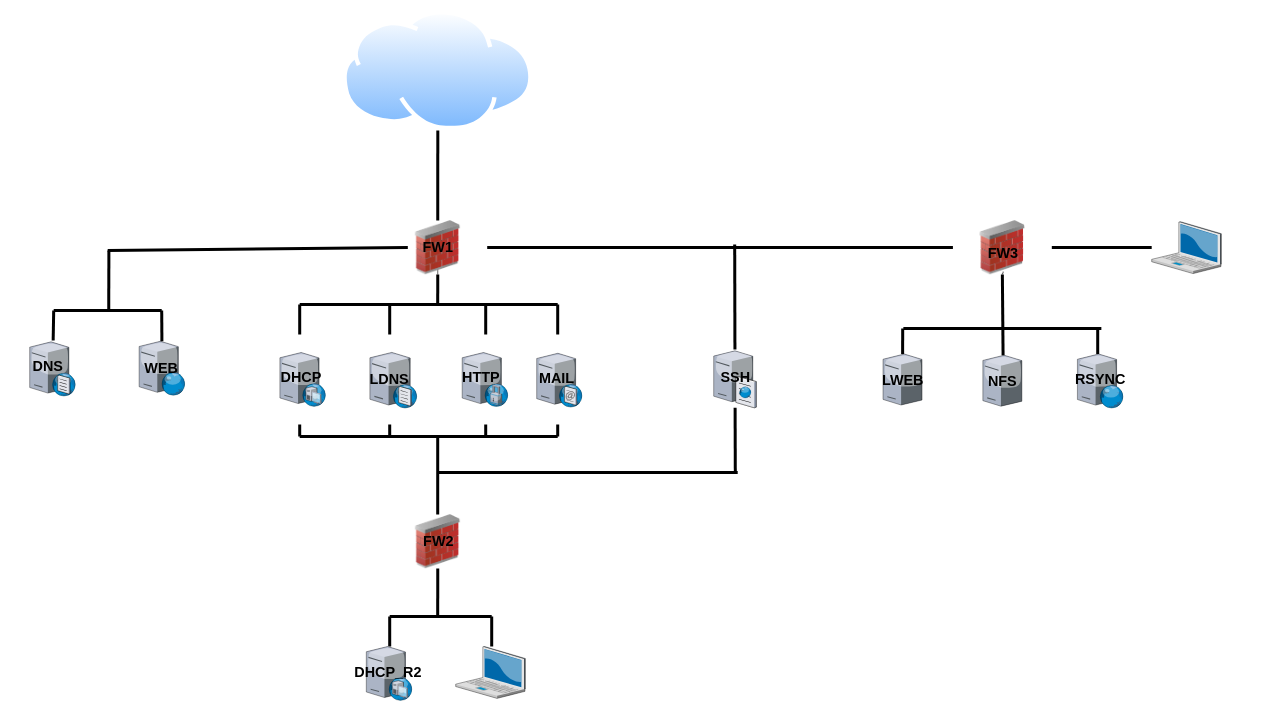
Earlier version of the draw.io diagram project1part1.drawio (SkYF4Il/INFO0045). Source tidied: cells renumbered, new cells numbered last; positions are measured from the earlier drawing's top-left corner, leaving out a move shared by most shapes. Both pictures are drawn from the tidied source at 60%, with x=0, y=0 at pixel (23, 10).
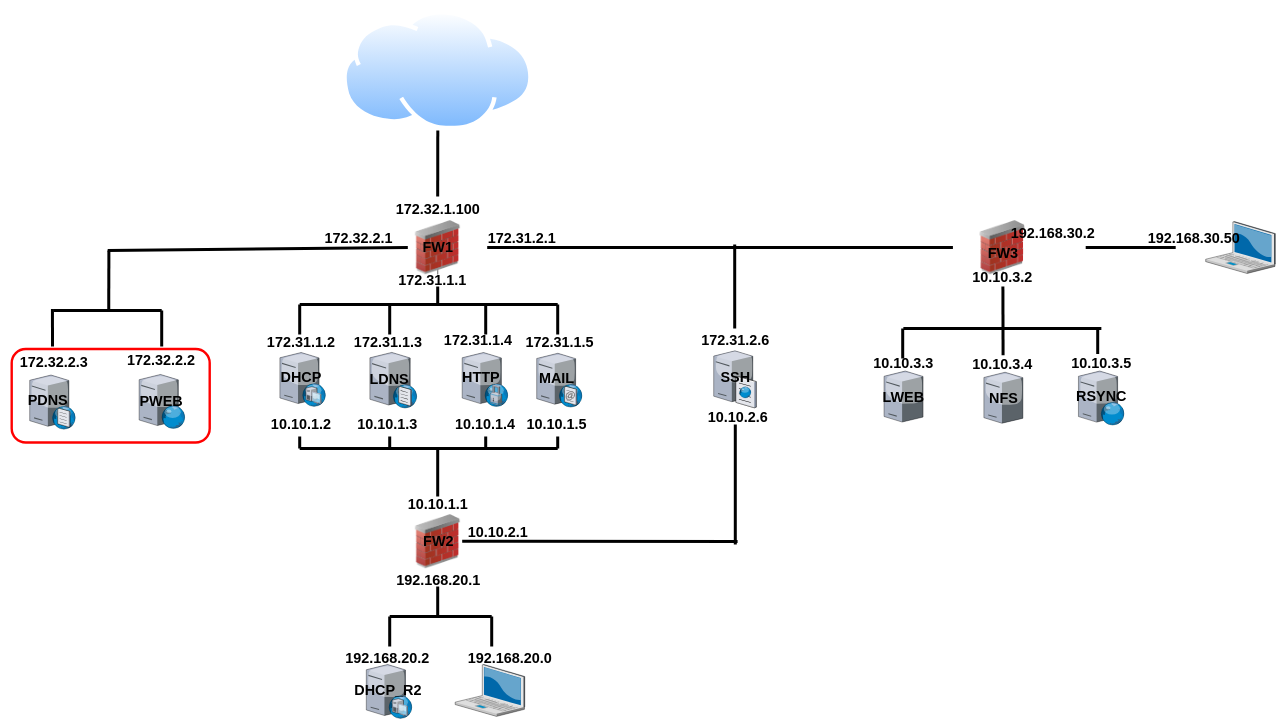
The same diagram, later.

The change refers to these unchanged cells:
```xml
<mxCell id="4" style="image;html=1;image=img/lib/clip_art/networking/Firewall_02_128x128.png;" parent="1" vertex="1">
  <mxGeometry x="607.7" y="350" width="164.8" height="90" as="geometry" />
</mxCell>
<mxCell id="5" style="perimeter=ellipsePerimeter;html=1;align=center;shadow=0;dashed=0;spacingTop=3;image;image=img/lib/active_directory/internet_cloud.svg;" parent="1" vertex="1">
  <mxGeometry x="531.4" width="317.5" height="200" as="geometry" />
</mxCell>
<mxCell id="25" style="image;html=1;image=img/lib/clip_art/networking/Firewall_02_128x128.png;" parent="1" vertex="1">
  <mxGeometry x="1548.7" y="350" width="164.8" height="90" as="geometry" />
</mxCell>
<mxCell id="47" style="verticalLabelPosition=bottom;sketch=0;html=1;verticalAlign=top;strokeColor=none;align=center;outlineConnect=0;shape=mxgraph.citrix.ftp_server;" parent="1" vertex="1">
  <mxGeometry x="1150" y="565" width="71" height="97" as="geometry" />
</mxCell>
<mxCell id="52" style="image;html=1;image=img/lib/clip_art/networking/Firewall_02_128x128.png;" parent="1" vertex="1">
  <mxGeometry x="607.7" y="840" width="164.8" height="90" as="geometry" />
</mxCell>
```

Change to the diagram source:
```diff
@@
-    <mxCell id="3" style="edgeStyle=none;rounded=0;jettySize=auto;html=1;exitX=0.5;exitY=1;exitDx=0;exitDy=0;strokeColor=default;endArrow=none;endFill=0;strokeWidth=5;" parent="1" edge="1" source="4">
+    <mxCell id="3" style="edgeStyle=none;rounded=0;orthogonalLoop=1;jettySize=auto;html=1;strokeColor=default;endArrow=none;endFill=0;strokeWidth=5;" parent="1" edge="1">
       <mxGeometry relative="1" as="geometry">
+        <mxPoint x="690" y="460" as="sourcePoint" />
         <mxPoint x="690" y="490" as="targetPoint" />
       </mxGeometry>
     </mxCell>
@@
-    <mxCell id="6" style="rounded=1;jettySize=auto;html=1;exitX=0.5;exitY=0;exitDx=0;exitDy=0;strokeColor=#000000;endArrow=none;endFill=0;strokeWidth=5;" parent="1" edge="1" source="4" target="5">
-      <mxGeometry relative="1" as="geometry" />
+    <mxCell id="6" style="rounded=1;jettySize=auto;html=1;strokeColor=#000000;endArrow=none;endFill=0;strokeWidth=5;" parent="1" edge="1" target="5">
+      <mxGeometry relative="1" as="geometry">
+        <mxPoint x="690" y="310" as="sourcePoint" />
+      </mxGeometry>
     </mxCell>
@@
     <mxCell id="19" style="endArrow=none;html=1;rounded=0;strokeColor=default;strokeWidth=5;" parent="1" edge="1">
       <mxGeometry relative="1" as="geometry">
-        <mxPoint x="460" y="710" as="sourcePoint" />
-        <mxPoint x="890" y="710" as="targetPoint" />
+        <mxPoint x="460" y="730" as="sourcePoint" />
+        <mxPoint x="890" y="730" as="targetPoint" />
       </mxGeometry>
     </mxCell>
     <mxCell id="20" style="endArrow=none;html=1;rounded=0;strokeColor=default;strokeWidth=5;" parent="1" edge="1">
       <mxGeometry relative="1" as="geometry">
-        <mxPoint x="460" y="690" as="sourcePoint" />
-        <mxPoint x="460" y="710" as="targetPoint" />
+        <mxPoint x="460" y="710" as="sourcePoint" />
+        <mxPoint x="460" y="730" as="targetPoint" />
       </mxGeometry>
     </mxCell>
     <mxCell id="21" style="endArrow=none;html=1;rounded=0;strokeColor=default;strokeWidth=5;" parent="1" edge="1">
       <mxGeometry relative="1" as="geometry">
-        <mxPoint x="610" y="690" as="sourcePoint" />
-        <mxPoint x="610" y="710" as="targetPoint" />
+        <mxPoint x="610" y="710" as="sourcePoint" />
+        <mxPoint x="610" y="730" as="targetPoint" />
       </mxGeometry>
     </mxCell>
     <mxCell id="22" style="endArrow=none;html=1;rounded=0;strokeColor=default;strokeWidth=5;" parent="1" edge="1">
       <mxGeometry relative="1" as="geometry">
-        <mxPoint x="770" y="690" as="sourcePoint" />
-        <mxPoint x="770" y="710" as="targetPoint" />
+        <mxPoint x="770" y="710" as="sourcePoint" />
+        <mxPoint x="770" y="730" as="targetPoint" />
       </mxGeometry>
     </mxCell>
     <mxCell id="23" style="endArrow=none;html=1;rounded=0;strokeColor=default;strokeWidth=5;" parent="1" edge="1">
       <mxGeometry relative="1" as="geometry">
-        <mxPoint x="890" y="690" as="sourcePoint" />
-        <mxPoint x="890" y="710" as="targetPoint" />
+        <mxPoint x="890" y="710" as="sourcePoint" />
+        <mxPoint x="890" y="730" as="targetPoint" />
       </mxGeometry>
     </mxCell>
@@
     <mxCell id="30" style="verticalLabelPosition=bottom;sketch=0;html=1;verticalAlign=top;strokeColor=none;align=center;outlineConnect=0;shape=mxgraph.citrix.dns_server;" parent="1" vertex="1">
-      <mxGeometry x="10" y="550" width="76.5" height="92.5" as="geometry" />
+      <mxGeometry x="10" y="605.3" width="76.5" height="92.5" as="geometry" />
     </mxCell>
     <mxCell id="31" style="verticalLabelPosition=bottom;sketch=0;html=1;verticalAlign=top;strokeColor=none;align=center;outlineConnect=0;shape=mxgraph.citrix.web_server;" parent="1" vertex="1">
-      <mxGeometry x="192.4" y="551.2" width="76.5" height="90" as="geometry" />
+      <mxGeometry x="192.4" y="606.6" width="76.5" height="90" as="geometry" />
     </mxCell>
-    <mxCell id="32" style="endArrow=none;html=1;rounded=0;strokeColor=#000000;strokeWidth=5;" parent="1" edge="1" source="30">
+    <mxCell id="32" style="endArrow=none;html=1;rounded=0;strokeColor=#000000;strokeWidth=5;" parent="1" edge="1">
       <mxGeometry relative="1" as="geometry">
-        <mxPoint x="50" y="500" as="targetPoint" />
+        <mxPoint x="48" y="560" as="sourcePoint" />
+        <mxPoint x="47.9" y="497.5" as="targetPoint" />
       </mxGeometry>
     </mxCell>
-    <mxCell id="33" style="endArrow=none;html=1;rounded=0;strokeColor=#000000;strokeWidth=5;" parent="1" edge="1" source="31">
+    <mxCell id="33" style="endArrow=none;html=1;rounded=0;strokeColor=#000000;strokeWidth=5;" parent="1" edge="1">
       <mxGeometry relative="1" as="geometry">
+        <mxPoint x="230" y="560" as="sourcePoint" />
         <mxPoint x="230" y="500" as="targetPoint" />
       </mxGeometry>
     </mxCell>
@@
     <mxCell id="37" style="verticalLabelPosition=bottom;sketch=0;html=1;verticalAlign=top;strokeColor=none;align=center;shape=mxgraph.citrix.web_server;" parent="1" vertex="1">
-      <mxGeometry x="1756.2" y="572.5" width="76.5" height="90" as="geometry" />
+      <mxGeometry x="1757.9" y="600.9" width="76.5" height="90" as="geometry" />
     </mxCell>
     <mxCell id="38" style="verticalLabelPosition=bottom;sketch=0;html=1;verticalAlign=top;strokeColor=none;align=center;shape=mxgraph.citrix.tower_server;" parent="1" vertex="1">
-      <mxGeometry x="1598.6" y="574.5" width="65" height="85" as="geometry" />
+      <mxGeometry x="1600.3" y="602.9" width="65" height="85" as="geometry" />
     </mxCell>
     <mxCell id="39" style="verticalLabelPosition=bottom;sketch=0;html=1;verticalAlign=top;strokeColor=none;align=center;outlineConnect=0;shape=mxgraph.citrix.tower_server;" parent="1" vertex="1">
-      <mxGeometry x="1432.2" y="572.5" width="65" height="85" as="geometry" />
+      <mxGeometry x="1433.9" y="600.9" width="65" height="85" as="geometry" />
     </mxCell>
-    <mxCell id="40" style="endArrow=none;html=1;rounded=0;strokeColor=#000000;strokeWidth=5;" parent="1" edge="1" source="39">
+    <mxCell id="40" style="endArrow=none;html=1;rounded=0;strokeColor=#000000;strokeWidth=5;" parent="1" edge="1">
       <mxGeometry relative="1" as="geometry">
+        <mxPoint x="1465" y="580" as="sourcePoint" />
         <mxPoint x="1465" y="530" as="targetPoint" />
       </mxGeometry>
     </mxCell>
-    <mxCell id="41" style="endArrow=none;html=1;rounded=0;strokeColor=#000000;strokeWidth=5;entryX=0.5;entryY=1;entryDx=0;entryDy=0;" parent="1" edge="1" target="25">
+    <mxCell id="41" style="endArrow=none;html=1;rounded=0;strokeColor=#000000;strokeWidth=5;" parent="1" edge="1">
       <mxGeometry relative="1" as="geometry">
         <mxPoint x="1632.3" y="574.5" as="sourcePoint" />
+        <mxPoint x="1632" y="460" as="targetPoint" />
       </mxGeometry>
     </mxCell>
@@
     <mxCell id="44" style="verticalLabelPosition=bottom;sketch=0;html=1;verticalAlign=top;strokeColor=none;align=center;outlineConnect=0;shape=mxgraph.citrix.laptop_2;" parent="1" vertex="1">
-      <mxGeometry x="1880" y="352" width="116" height="86.5" as="geometry" />
+      <mxGeometry x="1970" y="351.8" width="116" height="86.5" as="geometry" />
     </mxCell>
-    <mxCell id="45" style="endArrow=none;html=1;rounded=0;strokeColor=#000000;strokeWidth=5;exitX=1;exitY=0.5;exitDx=0;exitDy=0;" parent="1" edge="1" source="25" target="44">
-      <mxGeometry relative="1" as="geometry" />
+    <mxCell id="45" style="endArrow=none;html=1;rounded=0;strokeColor=#000000;strokeWidth=5;" parent="1" edge="1">
+      <mxGeometry relative="1" as="geometry">
+        <mxPoint x="1770" y="395" as="sourcePoint" />
+        <mxPoint x="1920" y="395" as="targetPoint" />
+      </mxGeometry>
     </mxCell>
-    <mxCell id="46" style="endArrow=none;html=1;rounded=0;strokeColor=#000000;strokeWidth=5;" parent="1" edge="1" source="47">
+    <mxCell id="46" style="endArrow=none;html=1;rounded=0;strokeColor=#000000;strokeWidth=5;" parent="1" edge="1">
       <mxGeometry relative="1" as="geometry">
+        <mxPoint x="1185" y="530" as="sourcePoint" />
         <mxPoint x="1185" y="390" as="targetPoint" />
       </mxGeometry>
     </mxCell>
@@
-    <mxCell id="49" style="endArrow=none;html=1;rounded=0;strokeColor=#000000;strokeWidth=5;" parent="1" edge="1" target="47">
+    <mxCell id="49" style="endArrow=none;html=1;rounded=0;strokeColor=#000000;strokeWidth=5;" parent="1" edge="1">
       <mxGeometry relative="1" as="geometry">
-        <mxPoint x="1186" y="770" as="sourcePoint" />
+        <mxPoint x="1186" y="880" as="sourcePoint" />
+        <mxPoint x="1186" y="690" as="targetPoint" />
+        <Array as="points">
+          <mxPoint x="1186" y="890" />
+          <mxPoint x="1186" y="880" />
+        </Array>
       </mxGeometry>
     </mxCell>
-    <mxCell id="50" value="WEB" style="text;strokeColor=none;fillColor=none;html=1;fontSize=24;fontStyle=1;verticalAlign=middle;align=center;" parent="1" vertex="1">
-      <mxGeometry x="189.9" y="586.2" width="79" height="20" as="geometry" />
+    <mxCell id="50" value="PWEB" style="text;strokeColor=none;fillColor=none;html=1;fontSize=24;fontStyle=1;verticalAlign=middle;align=center;" parent="1" vertex="1">
+      <mxGeometry x="189.9" y="641.6" width="79" height="20" as="geometry" />
     </mxCell>
-    <mxCell id="51" value="DNS" style="text;strokeColor=none;fillColor=none;html=1;fontSize=24;fontStyle=1;verticalAlign=middle;align=center;" parent="1" vertex="1">
-      <mxGeometry y="582.2" width="80" height="24" as="geometry" />
+    <mxCell id="51" value="PDNS" style="text;strokeColor=none;fillColor=none;html=1;fontSize=24;fontStyle=1;verticalAlign=middle;align=center;" parent="1" vertex="1">
+      <mxGeometry y="637.6" width="80" height="24" as="geometry" />
     </mxCell>
@@
     <mxCell id="54" style="endArrow=none;html=1;rounded=0;strokeColor=#000000;strokeWidth=5;" parent="1" edge="1">
       <mxGeometry relative="1" as="geometry">
-        <mxPoint x="690" y="840" as="sourcePoint" />
-        <mxPoint x="690" y="710" as="targetPoint" />
+        <mxPoint x="690" y="810" as="sourcePoint" />
+        <mxPoint x="690" y="730" as="targetPoint" />
       </mxGeometry>
     </mxCell>
-    <mxCell id="55" style="endArrow=none;html=1;rounded=0;strokeColor=#000000;strokeWidth=5;entryX=0.5;entryY=1;entryDx=0;entryDy=0;" parent="1" edge="1" target="52">
+    <mxCell id="55" style="endArrow=none;html=1;rounded=0;strokeColor=#000000;strokeWidth=5;" parent="1" edge="1">
       <mxGeometry relative="1" as="geometry">
         <mxPoint x="690" y="1010" as="sourcePoint" />
+        <mxPoint x="690" y="960" as="targetPoint" />
       </mxGeometry>
     </mxCell>
@@
     <mxCell id="59" style="verticalLabelPosition=bottom;sketch=0;html=1;verticalAlign=top;strokeColor=none;align=center;shape=mxgraph.citrix.dhcp_server;" parent="1" vertex="1">
-      <mxGeometry x="571" y="1060" width="76" height="90" as="geometry" />
+      <mxGeometry x="571" y="1090" width="76" height="90" as="geometry" />
     </mxCell>
     <mxCell id="60" style="verticalLabelPosition=bottom;sketch=0;html=1;verticalAlign=top;strokeColor=none;align=center;shape=mxgraph.citrix.laptop_2;" parent="1" vertex="1">
-      <mxGeometry x="720" y="1060" width="116" height="86.5" as="geometry" />
+      <mxGeometry x="719.1" y="1090" width="116" height="86.5" as="geometry" />
     </mxCell>
     <mxCell id="61" style="endArrow=none;html=1;rounded=0;strokeColor=#000000;strokeWidth=5;" parent="1" edge="1">
       <mxGeometry relative="1" as="geometry">
-        <mxPoint x="690" y="770" as="sourcePoint" />
-        <mxPoint x="1190" y="770" as="targetPoint" />
+        <mxPoint x="730.8" y="884.7" as="sourcePoint" />
+        <mxPoint x="1189.8" y="885" as="targetPoint" />
       </mxGeometry>
     </mxCell>
     <mxCell id="62" value="NFS" style="text;strokeColor=none;fillColor=none;html=1;fontSize=24;fontStyle=1;verticalAlign=middle;align=center;" parent="1" vertex="1">
-      <mxGeometry x="1581.1" y="597.5" width="100" height="40" as="geometry" />
+      <mxGeometry x="1582.8" y="625.9" width="100" height="40" as="geometry" />
     </mxCell>
     <mxCell id="63" value="RSYNC" style="text;strokeColor=none;fillColor=none;html=1;fontSize=24;fontStyle=1;verticalAlign=middle;align=center;" parent="1" vertex="1">
-      <mxGeometry x="1744" y="595" width="100" height="40" as="geometry" />
+      <mxGeometry x="1745.8" y="623.4" width="100" height="40" as="geometry" />
     </mxCell>
     <mxCell id="64" value="LWEB" style="text;strokeColor=none;fillColor=none;html=1;fontSize=24;fontStyle=1;verticalAlign=middle;align=center;" parent="1" vertex="1">
-      <mxGeometry x="1414.7" y="597" width="100" height="40" as="geometry" />
+      <mxGeometry x="1416.4" y="625.4" width="100" height="40" as="geometry" />
     </mxCell>
     <mxCell id="65" value="DHCP_R2" style="text;strokeColor=none;fillColor=none;html=1;fontSize=24;fontStyle=1;verticalAlign=middle;align=center;" parent="1" vertex="1">
-      <mxGeometry x="566" y="1085.8" width="81" height="35" as="geometry" />
+      <mxGeometry x="566" y="1115.8" width="81" height="35" as="geometry" />
     </mxCell>
+    <mxCell id="66" value="172.32.2.3" style="text;strokeColor=none;fillColor=none;html=1;fontSize=24;fontStyle=1;verticalAlign=middle;align=center;" parent="1" vertex="1">
+      <mxGeometry y="567" width="100" height="40" as="geometry" />
+    </mxCell>
+    <mxCell id="67" value="172.32.2.2" style="text;strokeColor=none;fillColor=none;html=1;fontSize=24;fontStyle=1;verticalAlign=middle;align=center;" parent="1" vertex="1">
+      <mxGeometry x="179.4" y="564.1" width="100" height="40" as="geometry" />
+    </mxCell>
+    <mxCell id="68" value="172.32.2.1" style="text;strokeColor=none;fillColor=none;html=1;fontSize=24;fontStyle=1;verticalAlign=middle;align=center;" parent="1" vertex="1">
+      <mxGeometry x="507.7" y="360" width="100" height="40" as="geometry" />
+    </mxCell>
+    <mxCell id="69" style="rounded=1;whiteSpace=wrap;html=1;fillColor=none;strokeColor=#FF0000;fillStyle=hatch;glass=0;shadow=0;gradientColor=none;strokeWidth=4;" parent="1" vertex="1">
+      <mxGeometry x="-20" y="564.1" width="330" height="155.9" as="geometry" />
+    </mxCell>
+    <mxCell id="70" value="172.31.1.2" style="text;strokeColor=none;fillColor=none;html=1;fontSize=24;fontStyle=1;verticalAlign=middle;align=center;shadow=0;glass=0;fillStyle=hatch;strokeWidth=4;" parent="1" vertex="1">
+      <mxGeometry x="412" y="534" width="100" height="40" as="geometry" />
+    </mxCell>
+    <mxCell id="71" value="172.31.1.3" style="text;strokeColor=none;fillColor=none;html=1;fontSize=24;fontStyle=1;verticalAlign=middle;align=center;shadow=0;glass=0;fillStyle=hatch;strokeWidth=4;" parent="1" vertex="1">
+      <mxGeometry x="556.5" y="532.5" width="100" height="40" as="geometry" />
+    </mxCell>
+    <mxCell id="72" value="172.31.1.4" style="text;strokeColor=none;fillColor=none;html=1;fontSize=24;fontStyle=1;verticalAlign=middle;align=center;shadow=0;glass=0;fillStyle=hatch;strokeWidth=4;" parent="1" vertex="1">
+      <mxGeometry x="707.3" y="530" width="100" height="40" as="geometry" />
+    </mxCell>
+    <mxCell id="73" value="172.31.1.5" style="text;strokeColor=none;fillColor=none;html=1;fontSize=24;fontStyle=1;verticalAlign=middle;align=center;shadow=0;glass=0;fillStyle=hatch;strokeWidth=4;" parent="1" vertex="1">
+      <mxGeometry x="843" y="532.5" width="100" height="40" as="geometry" />
+    </mxCell>
+    <mxCell id="74" value="10.10.1.2" style="text;strokeColor=none;fillColor=none;html=1;fontSize=24;fontStyle=1;verticalAlign=middle;align=center;shadow=0;glass=0;fillStyle=hatch;strokeWidth=4;" parent="1" vertex="1">
+      <mxGeometry x="412" y="670" width="100" height="40" as="geometry" />
+    </mxCell>
+    <mxCell id="75" value="10.10.1.3" style="text;strokeColor=none;fillColor=none;html=1;fontSize=24;fontStyle=1;verticalAlign=middle;align=center;shadow=0;glass=0;fillStyle=hatch;strokeWidth=4;" parent="1" vertex="1">
+      <mxGeometry x="555.6" y="670" width="100" height="40" as="geometry" />
+    </mxCell>
+    <mxCell id="76" value="10.10.1.4" style="text;strokeColor=none;fillColor=none;html=1;fontSize=24;fontStyle=1;verticalAlign=middle;align=center;shadow=0;glass=0;fillStyle=hatch;strokeWidth=4;" parent="1" vertex="1">
+      <mxGeometry x="719.1" y="670" width="100" height="40" as="geometry" />
+    </mxCell>
+    <mxCell id="77" value="10.10.1.5" style="text;strokeColor=none;fillColor=none;html=1;fontSize=24;fontStyle=1;verticalAlign=middle;align=center;shadow=0;glass=0;fillStyle=hatch;strokeWidth=4;" parent="1" vertex="1">
+      <mxGeometry x="837.5" y="670" width="100" height="40" as="geometry" />
+    </mxCell>
+    <mxCell id="78" value="10.10.1.1" style="text;strokeColor=none;fillColor=none;html=1;fontSize=24;fontStyle=1;verticalAlign=middle;align=center;shadow=0;glass=0;fillStyle=hatch;strokeWidth=4;" parent="1" vertex="1">
+      <mxGeometry x="640.2" y="803" width="100" height="40" as="geometry" />
+    </mxCell>
+    <mxCell id="79" value="10.10.2.1" style="text;strokeColor=none;fillColor=none;html=1;fontSize=24;fontStyle=1;verticalAlign=middle;align=center;shadow=0;glass=0;fillStyle=hatch;strokeWidth=4;" parent="1" vertex="1">
+      <mxGeometry x="740.2" y="850" width="100" height="40" as="geometry" />
+    </mxCell>
+    <mxCell id="80" value="192.168.20.1" style="text;strokeColor=none;fillColor=none;html=1;fontSize=24;fontStyle=1;verticalAlign=middle;align=center;shadow=0;glass=0;fillStyle=hatch;strokeWidth=4;" parent="1" vertex="1">
+      <mxGeometry x="641.2" y="930" width="100" height="40" as="geometry" />
+    </mxCell>
+    <mxCell id="81" value="192.168.20.2" style="text;strokeColor=none;fillColor=none;html=1;fontSize=24;fontStyle=1;verticalAlign=middle;align=center;shadow=0;glass=0;fillStyle=hatch;strokeWidth=4;" parent="1" vertex="1">
+      <mxGeometry x="555.6" y="1060" width="100" height="40" as="geometry" />
+    </mxCell>
+    <mxCell id="82" value="192.168.20.0" style="text;strokeColor=none;fillColor=none;html=1;fontSize=24;fontStyle=1;verticalAlign=middle;align=center;shadow=0;glass=0;fillStyle=hatch;strokeWidth=4;" parent="1" vertex="1">
+      <mxGeometry x="760" y="1060" width="100" height="40" as="geometry" />
+    </mxCell>
+    <mxCell id="83" value="172.31.1.1" style="text;strokeColor=none;fillColor=none;html=1;fontSize=24;fontStyle=1;verticalAlign=middle;align=center;shadow=0;glass=0;fillStyle=hatch;strokeWidth=4;" parent="1" vertex="1">
+      <mxGeometry x="630.8" y="430" width="100" height="40" as="geometry" />
+    </mxCell>
+    <mxCell id="84" value="172.32.1.100" style="text;strokeColor=none;fillColor=none;html=1;fontSize=24;fontStyle=1;verticalAlign=middle;align=center;" parent="1" vertex="1">
+      <mxGeometry x="640.2" y="312" width="100" height="40" as="geometry" />
+    </mxCell>
+    <mxCell id="85" value="172.31.2.1" style="text;strokeColor=none;fillColor=none;html=1;fontSize=24;fontStyle=1;verticalAlign=middle;align=center;shadow=0;glass=0;fillStyle=hatch;strokeWidth=4;" parent="1" vertex="1">
+      <mxGeometry x="780" y="360" width="100" height="40" as="geometry" />
+    </mxCell>
+    <mxCell id="86" value="172.31.2.6" style="text;strokeColor=none;fillColor=none;html=1;fontSize=24;fontStyle=1;verticalAlign=middle;align=center;shadow=0;glass=0;fillStyle=hatch;strokeWidth=4;" parent="1" vertex="1">
+      <mxGeometry x="1135.5" y="530" width="100" height="40" as="geometry" />
+    </mxCell>
+    <mxCell id="87" value="10.10.2.6" style="text;strokeColor=none;fillColor=none;html=1;fontSize=24;fontStyle=1;verticalAlign=middle;align=center;shadow=0;glass=0;fillStyle=hatch;strokeWidth=4;" parent="1" vertex="1">
+      <mxGeometry x="1140" y="657.8" width="100" height="40" as="geometry" />
+    </mxCell>
+    <mxCell id="88" value="10.10.3.2" style="text;strokeColor=none;fillColor=none;html=1;fontSize=24;fontStyle=1;verticalAlign=middle;align=center;shadow=0;glass=0;fillStyle=hatch;strokeWidth=4;" parent="1" vertex="1">
+      <mxGeometry x="1581.1" y="425" width="100" height="40" as="geometry" />
+    </mxCell>
+    <mxCell id="89" value="10.10.3.3" style="text;strokeColor=none;fillColor=none;html=1;fontSize=24;fontStyle=1;verticalAlign=middle;align=center;shadow=0;glass=0;fillStyle=hatch;strokeWidth=4;" parent="1" vertex="1">
+      <mxGeometry x="1416.4" y="569" width="100" height="40" as="geometry" />
+    </mxCell>
+    <mxCell id="90" value="10.10.3.4" style="text;strokeColor=none;fillColor=none;html=1;fontSize=24;fontStyle=1;verticalAlign=middle;align=center;shadow=0;glass=0;fillStyle=hatch;strokeWidth=4;" parent="1" vertex="1">
+      <mxGeometry x="1581.1" y="570" width="100" height="40" as="geometry" />
+    </mxCell>
+    <mxCell id="91" value="10.10.3.5" style="text;strokeColor=none;fillColor=none;html=1;fontSize=24;fontStyle=1;verticalAlign=middle;align=center;shadow=0;glass=0;fillStyle=hatch;strokeWidth=4;" parent="1" vertex="1">
+      <mxGeometry x="1745.8" y="569" width="100" height="40" as="geometry" />
+    </mxCell>
+    <mxCell id="92" value="192.168.30.2" style="text;strokeColor=none;fillColor=none;html=1;fontSize=24;fontStyle=1;verticalAlign=middle;align=center;shadow=0;glass=0;fillStyle=hatch;strokeWidth=4;" parent="1" vertex="1">
+      <mxGeometry x="1665.3" y="352" width="100" height="40" as="geometry" />
+    </mxCell>
+    <mxCell id="93" value="192.168.30.50" style="text;strokeColor=none;fillColor=none;html=1;fontSize=24;fontStyle=1;verticalAlign=middle;align=center;shadow=0;glass=0;fillStyle=hatch;strokeWidth=4;" parent="1" vertex="1">
+      <mxGeometry x="1900" y="360" width="100" height="40" as="geometry" />
+    </mxCell>
```
